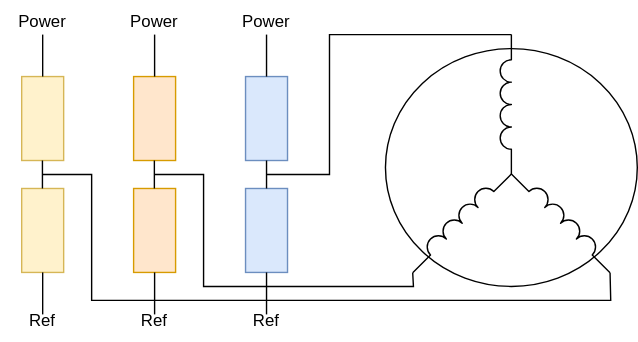
Before: 01-documentation/svg_files/esc_commutation_principle.drawio.svg, a diagram exported from draw.io (stephaneamans/ESC_Brushless). Source tidied: cells renumbered, new cells last; positions are measured from the earlier drawing's top-left corner, leaving out a move shared by most shapes.
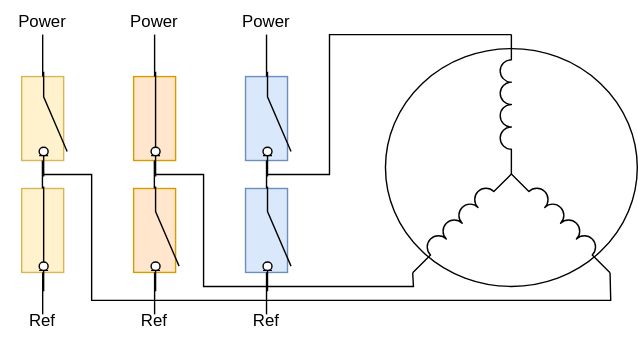
The same diagram one commit later.

Change to the diagram source:
```diff
@@ -130,5 +130,23 @@
     <mxCell id="29" value="Ref" style="text;html=1;align=center;verticalAlign=middle;whiteSpace=wrap;rounded=0;" parent="1" vertex="1">
       <mxGeometry x="160" y="214" width="60" height="30" as="geometry" />
     </mxCell>
+    <mxCell id="30" style="html=1;shape=mxgraph.electrical.electro-mechanical.switchDisconnector;elSwitchState=on;rotation=90;" parent="1" vertex="1">
+      <mxGeometry y="160" width="75" height="20" as="geometry" />
+    </mxCell>
+    <mxCell id="31" style="html=1;shape=mxgraph.electrical.electro-mechanical.switchDisconnector;elSwitchState=off;rotation=90;" parent="1" vertex="1">
+      <mxGeometry y="78" width="75" height="20" as="geometry" />
+    </mxCell>
+    <mxCell id="32" style="html=1;shape=mxgraph.electrical.electro-mechanical.switchDisconnector;elSwitchState=off;rotation=90;" parent="1" vertex="1">
+      <mxGeometry x="80" y="160" width="75" height="20" as="geometry" />
+    </mxCell>
+    <mxCell id="33" style="html=1;shape=mxgraph.electrical.electro-mechanical.switchDisconnector;elSwitchState=off;rotation=90;" parent="1" vertex="1">
+      <mxGeometry x="160" y="160" width="75" height="20" as="geometry" />
+    </mxCell>
+    <mxCell id="34" style="html=1;shape=mxgraph.electrical.electro-mechanical.switchDisconnector;elSwitchState=off;rotation=90;" parent="1" vertex="1">
+      <mxGeometry x="160" y="78" width="75" height="20" as="geometry" />
+    </mxCell>
+    <mxCell id="35" style="html=1;shape=mxgraph.electrical.electro-mechanical.switchDisconnector;elSwitchState=on;rotation=90;" parent="1" vertex="1">
+      <mxGeometry x="80" y="78" width="75" height="20" as="geometry" />
+    </mxCell>
   </root>
 </mxGraphModel>
```
